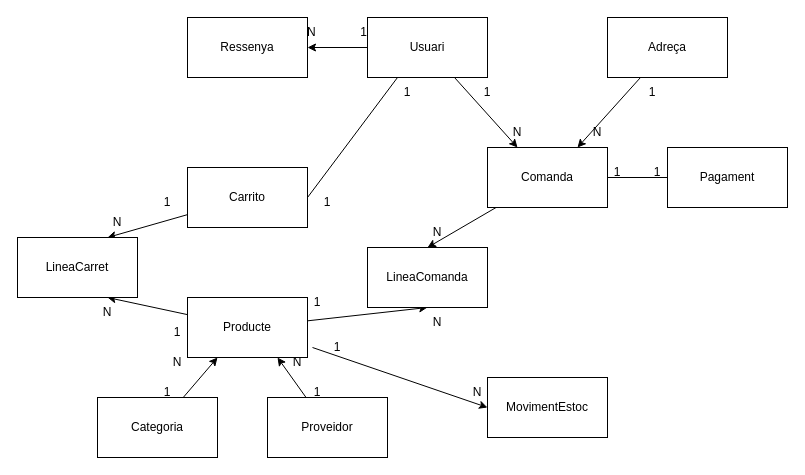
Above: docs/diagrams/diagrama.drawio in crryzz9/backend_kakapos (draw.io), before the change. Source tidied: cells renumbered, new cells numbered last; positions are measured from the earlier drawing's top-left corner, leaving out a move shared by most shapes. Both pictures are drawn from the tidied source at 100%, with x=0, y=0 at pixel (17, 17).
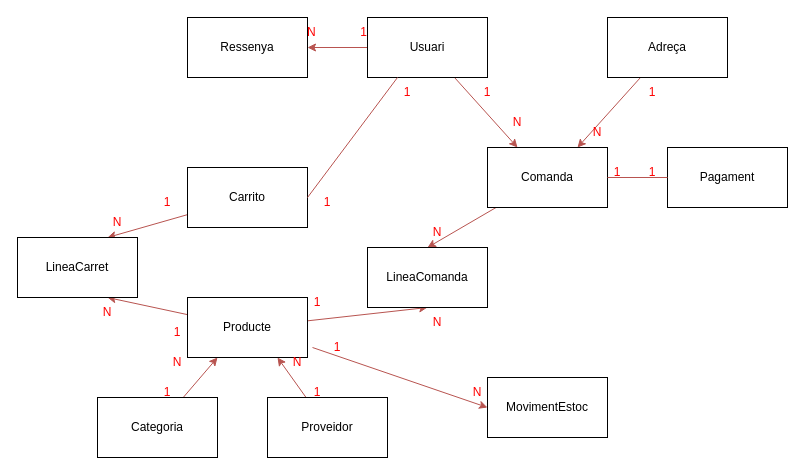
Above is the later version.

Commit message (it also covers changes not shown here):
Actualització dels diagramas, he posat les relacions en vermell per a que es pugui veure en el .png

The change refers to these unchanged cells:
```xml
<mxCell id="4" value="Usuari" style="rounded=0;whiteSpace=wrap;html=1;" parent="1" vertex="1">
  <mxGeometry x="350" width="120" height="60" as="geometry" />
</mxCell>
<mxCell id="6" value="Adreça" style="whiteSpace=wrap;html=1;" parent="1" vertex="1">
  <mxGeometry x="590" width="120" height="60" as="geometry" />
</mxCell>
<mxCell id="8" value="Comanda" style="whiteSpace=wrap;html=1;" parent="1" vertex="1">
  <mxGeometry x="470" y="130" width="120" height="60" as="geometry" />
</mxCell>
<mxCell id="9" value="Pagament" style="whiteSpace=wrap;html=1;" parent="1" vertex="1">
  <mxGeometry x="650" y="130" width="120" height="60" as="geometry" />
</mxCell>
<mxCell id="11" value="Ressenya" style="whiteSpace=wrap;html=1;" parent="1" vertex="1">
  <mxGeometry x="170" width="120" height="60" as="geometry" />
</mxCell>
<mxCell id="13" value="Carrito" style="whiteSpace=wrap;html=1;" parent="1" vertex="1">
  <mxGeometry x="170" y="150" width="120" height="60" as="geometry" />
</mxCell>
<mxCell id="18" value="Producte" style="whiteSpace=wrap;html=1;" parent="1" vertex="1">
  <mxGeometry x="170" y="280" width="120" height="60" as="geometry" />
</mxCell>
<mxCell id="19" value="LineaCarret" style="whiteSpace=wrap;html=1;" parent="1" vertex="1">
  <mxGeometry y="220" width="120" height="60" as="geometry" />
</mxCell>
<mxCell id="21" value="Categoria" style="whiteSpace=wrap;html=1;" parent="1" vertex="1">
  <mxGeometry x="80" y="380" width="120" height="60" as="geometry" />
</mxCell>
<mxCell id="23" value="Proveidor" style="whiteSpace=wrap;html=1;" parent="1" vertex="1">
  <mxGeometry x="250" y="380" width="120" height="60" as="geometry" />
</mxCell>
<mxCell id="24" value="LineaComanda" style="whiteSpace=wrap;html=1;" parent="1" vertex="1">
  <mxGeometry x="350" y="230" width="120" height="60" as="geometry" />
</mxCell>
<mxCell id="25" value="MovimentEstoc" style="whiteSpace=wrap;html=1;" parent="1" vertex="1">
  <mxGeometry x="470" y="360" width="120" height="60" as="geometry" />
</mxCell>
```

What changed in the source:
```diff
@@
-    <mxCell id="2" style="edgeStyle=none;html=1;entryX=0.25;entryY=0;entryDx=0;entryDy=0;" parent="1" edge="1" source="4" target="8">
+    <mxCell id="2" style="edgeStyle=none;html=1;entryX=0.25;entryY=0;entryDx=0;entryDy=0;fillColor=#f8cecc;strokeColor=#b85450;" parent="1" edge="1" source="4" target="8">
       <mxGeometry relative="1" as="geometry" />
     </mxCell>
-    <mxCell id="3" style="edgeStyle=none;html=1;" parent="1" edge="1" source="4" target="11">
+    <mxCell id="3" style="edgeStyle=none;html=1;fillColor=#f8cecc;strokeColor=#b85450;" parent="1" edge="1" source="4" target="11">
       <mxGeometry relative="1" as="geometry" />
     </mxCell>
@@
-    <mxCell id="5" style="edgeStyle=none;html=1;entryX=0.75;entryY=0;entryDx=0;entryDy=0;" parent="1" edge="1" source="6" target="8">
+    <mxCell id="5" style="edgeStyle=none;html=1;entryX=0.75;entryY=0;entryDx=0;entryDy=0;fontColor=#FF0000;fillColor=#f8cecc;strokeColor=#b85450;" parent="1" edge="1" source="6" target="8">
       <mxGeometry relative="1" as="geometry" />
     </mxCell>
@@
-    <mxCell id="7" style="edgeStyle=none;html=1;entryX=0.5;entryY=0;entryDx=0;entryDy=0;" parent="1" edge="1" source="8" target="24">
+    <mxCell id="7" style="edgeStyle=none;html=1;entryX=0.5;entryY=0;entryDx=0;entryDy=0;fillColor=#f8cecc;strokeColor=#b85450;" parent="1" edge="1" source="8" target="24">
       <mxGeometry relative="1" as="geometry" />
     </mxCell>
@@
-    <mxCell id="10" style="endArrow=none;html=1;entryX=0;entryY=0.5;entryDx=0;entryDy=0;exitX=1;exitY=0.5;exitDx=0;exitDy=0;" parent="1" edge="1" source="8" target="9">
+    <mxCell id="10" style="endArrow=none;html=1;entryX=0;entryY=0.5;entryDx=0;entryDy=0;exitX=1;exitY=0.5;exitDx=0;exitDy=0;fillColor=#f8cecc;strokeColor=#b85450;" parent="1" edge="1" source="8" target="9">
       <mxGeometry relative="1" as="geometry" />
     </mxCell>
@@
-    <mxCell id="12" style="edgeStyle=none;html=1;entryX=0.75;entryY=0;entryDx=0;entryDy=0;" parent="1" edge="1" source="13" target="19">
+    <mxCell id="12" style="edgeStyle=none;html=1;entryX=0.75;entryY=0;entryDx=0;entryDy=0;fillColor=#f8cecc;strokeColor=#b85450;" parent="1" edge="1" source="13" target="19">
       <mxGeometry relative="1" as="geometry" />
     </mxCell>
@@
-    <mxCell id="14" style="endArrow=none;html=1;entryX=0.25;entryY=1;entryDx=0;entryDy=0;exitX=1;exitY=0.5;exitDx=0;exitDy=0;" parent="1" edge="1" source="13" target="4">
+    <mxCell id="14" style="endArrow=none;html=1;entryX=0.25;entryY=1;entryDx=0;entryDy=0;exitX=1;exitY=0.5;exitDx=0;exitDy=0;fillColor=#f8cecc;strokeColor=#b85450;" parent="1" edge="1" source="13" target="4">
       <mxGeometry relative="1" as="geometry" />
     </mxCell>
-    <mxCell id="15" style="edgeStyle=none;html=1;entryX=0.75;entryY=1;entryDx=0;entryDy=0;" parent="1" edge="1" source="18" target="19">
+    <mxCell id="15" style="edgeStyle=none;html=1;entryX=0.75;entryY=1;entryDx=0;entryDy=0;fillColor=#f8cecc;strokeColor=#b85450;" parent="1" edge="1" source="18" target="19">
       <mxGeometry relative="1" as="geometry" />
     </mxCell>
-    <mxCell id="16" style="edgeStyle=none;html=1;entryX=0.5;entryY=1;entryDx=0;entryDy=0;" parent="1" edge="1" source="18" target="24">
+    <mxCell id="16" style="edgeStyle=none;html=1;entryX=0.5;entryY=1;entryDx=0;entryDy=0;fillColor=#f8cecc;strokeColor=#b85450;" parent="1" edge="1" source="18" target="24">
       <mxGeometry relative="1" as="geometry" />
     </mxCell>
-    <mxCell id="17" style="edgeStyle=none;html=1;entryX=0;entryY=0.5;entryDx=0;entryDy=0;exitX=0.75;exitY=0;exitDx=0;exitDy=0;" parent="1" edge="1" source="31" target="25">
+    <mxCell id="17" style="edgeStyle=none;html=1;entryX=0;entryY=0.5;entryDx=0;entryDy=0;exitX=0.75;exitY=0;exitDx=0;exitDy=0;fillColor=#f8cecc;strokeColor=#b85450;" parent="1" edge="1" source="31" target="25">
       <mxGeometry relative="1" as="geometry" />
     </mxCell>
@@
-    <mxCell id="20" style="edgeStyle=none;html=1;entryX=0.25;entryY=1;entryDx=0;entryDy=0;" parent="1" edge="1" source="21" target="18">
+    <mxCell id="20" style="edgeStyle=none;html=1;entryX=0.25;entryY=1;entryDx=0;entryDy=0;fillColor=#f8cecc;strokeColor=#b85450;" parent="1" edge="1" source="21" target="18">
       <mxGeometry relative="1" as="geometry" />
     </mxCell>
@@
-    <mxCell id="22" style="edgeStyle=none;html=1;entryX=0.75;entryY=1;entryDx=0;entryDy=0;" parent="1" edge="1" source="23" target="18">
+    <mxCell id="22" style="edgeStyle=none;html=1;entryX=0.75;entryY=1;entryDx=0;entryDy=0;fillColor=#f8cecc;strokeColor=#b85450;" parent="1" edge="1" source="23" target="18">
       <mxGeometry relative="1" as="geometry" />
     </mxCell>
@@
-    <mxCell id="26" value="N&lt;span style=&quot;white-space: pre;&quot;&gt;&#9;&lt;/span&gt;&lt;span style=&quot;white-space: pre;&quot;&gt;&#9;&lt;/span&gt;1" style="text;html=1;whiteSpace=wrap;strokeColor=none;fillColor=none;align=center;verticalAlign=middle;rounded=0;" parent="1" vertex="1">
+    <mxCell id="26" value="N&lt;span style=&quot;white-space: pre;&quot;&gt;&#9;&lt;/span&gt;&lt;span style=&quot;white-space: pre;&quot;&gt;&#9;&lt;/span&gt;1" style="text;html=1;whiteSpace=wrap;align=center;verticalAlign=middle;rounded=0;fontColor=#FF0000;" parent="1" vertex="1">
       <mxGeometry x="290" width="60" height="30" as="geometry" />
     </mxCell>
-    <mxCell id="27" value="N" style="text;html=1;whiteSpace=wrap;strokeColor=none;fillColor=none;align=center;verticalAlign=middle;rounded=0;" parent="1" vertex="1">
-      <mxGeometry x="470" y="100" width="60" height="30" as="geometry" />
+    <mxCell id="27" value="N" style="text;html=1;whiteSpace=wrap;align=center;verticalAlign=middle;rounded=0;fontColor=#FF0000;" parent="1" vertex="1">
+      <mxGeometry x="470" y="90" width="60" height="30" as="geometry" />
     </mxCell>
-    <mxCell id="28" value="N" style="text;html=1;whiteSpace=wrap;strokeColor=none;fillColor=none;align=center;verticalAlign=middle;rounded=0;" parent="1" vertex="1">
+    <mxCell id="28" value="N" style="text;html=1;whiteSpace=wrap;strokeColor=none;fillColor=none;align=center;verticalAlign=middle;rounded=0;fontColor=#FF0000;" parent="1" vertex="1">
       <mxGeometry x="550" y="100" width="60" height="30" as="geometry" />
     </mxCell>
-    <mxCell id="29" value="N" style="text;html=1;whiteSpace=wrap;strokeColor=none;fillColor=none;align=center;verticalAlign=middle;rounded=0;" parent="1" vertex="1">
+    <mxCell id="29" value="N" style="text;html=1;whiteSpace=wrap;strokeColor=none;fillColor=none;align=center;verticalAlign=middle;rounded=0;fontColor=#FF0000;" parent="1" vertex="1">
       <mxGeometry x="390" y="200" width="60" height="30" as="geometry" />
     </mxCell>
-    <mxCell id="30" value="N" style="text;html=1;whiteSpace=wrap;strokeColor=none;fillColor=none;align=center;verticalAlign=middle;rounded=0;" parent="1" vertex="1">
+    <mxCell id="30" value="N" style="text;html=1;whiteSpace=wrap;strokeColor=none;fillColor=none;align=center;verticalAlign=middle;rounded=0;fontColor=#FF0000;" parent="1" vertex="1">
       <mxGeometry x="430" y="360" width="60" height="30" as="geometry" />
     </mxCell>
-    <mxCell id="31" value="N" style="text;html=1;whiteSpace=wrap;strokeColor=none;fillColor=none;align=center;verticalAlign=middle;rounded=0;" parent="1" vertex="1">
+    <mxCell id="31" value="N" style="text;html=1;whiteSpace=wrap;strokeColor=none;fillColor=none;align=center;verticalAlign=middle;rounded=0;fontColor=#FF0000;" parent="1" vertex="1">
       <mxGeometry x="250" y="330" width="60" height="30" as="geometry" />
     </mxCell>
-    <mxCell id="32" value="N" style="text;html=1;whiteSpace=wrap;strokeColor=none;fillColor=none;align=center;verticalAlign=middle;rounded=0;" parent="1" vertex="1">
+    <mxCell id="32" value="N" style="text;html=1;whiteSpace=wrap;strokeColor=none;fillColor=none;align=center;verticalAlign=middle;rounded=0;fontColor=#FF0000;" parent="1" vertex="1">
       <mxGeometry x="130" y="330" width="60" height="30" as="geometry" />
     </mxCell>
-    <mxCell id="33" value="N" style="text;html=1;whiteSpace=wrap;strokeColor=none;fillColor=none;align=center;verticalAlign=middle;rounded=0;" parent="1" vertex="1">
+    <mxCell id="33" value="N" style="text;html=1;whiteSpace=wrap;strokeColor=none;fillColor=none;align=center;verticalAlign=middle;rounded=0;fontColor=#FF0000;" parent="1" vertex="1">
       <mxGeometry x="60" y="280" width="60" height="30" as="geometry" />
     </mxCell>
-    <mxCell id="34" value="N" style="text;html=1;whiteSpace=wrap;strokeColor=none;fillColor=none;align=center;verticalAlign=middle;rounded=0;" parent="1" vertex="1">
+    <mxCell id="34" value="N" style="text;html=1;whiteSpace=wrap;strokeColor=none;fillColor=none;align=center;verticalAlign=middle;rounded=0;fontColor=#FF0000;" parent="1" vertex="1">
       <mxGeometry x="70" y="190" width="60" height="30" as="geometry" />
     </mxCell>
-    <mxCell id="35" value="1" style="text;html=1;whiteSpace=wrap;strokeColor=none;fillColor=none;align=center;verticalAlign=middle;rounded=0;" parent="1" vertex="1">
-      <mxGeometry x="440" y="60" width="60" height="30" as="geometry" />
+    <mxCell id="35" value="1" style="text;html=1;whiteSpace=wrap;align=center;verticalAlign=middle;rounded=0;fontColor=#FF0000;" parent="1" vertex="1">
+      <mxGeometry x="450" y="60" width="40" height="30" as="geometry" />
     </mxCell>
-    <mxCell id="36" value="1" style="text;html=1;whiteSpace=wrap;strokeColor=none;fillColor=none;align=center;verticalAlign=middle;rounded=0;" parent="1" vertex="1">
+    <mxCell id="36" value="1" style="text;html=1;whiteSpace=wrap;align=center;verticalAlign=middle;rounded=0;fontColor=#FF0000;" parent="1" vertex="1">
       <mxGeometry x="360" y="60" width="60" height="30" as="geometry" />
     </mxCell>
-    <mxCell id="37" value="1" style="text;html=1;whiteSpace=wrap;strokeColor=none;fillColor=none;align=center;verticalAlign=middle;rounded=0;" parent="1" vertex="1">
+    <mxCell id="37" value="1" style="text;html=1;whiteSpace=wrap;strokeColor=none;fillColor=none;align=center;verticalAlign=middle;rounded=0;fontColor=#FF0000;" parent="1" vertex="1">
       <mxGeometry x="280" y="170" width="60" height="30" as="geometry" />
     </mxCell>
-    <mxCell id="38" value="1" style="text;html=1;whiteSpace=wrap;strokeColor=none;fillColor=none;align=center;verticalAlign=middle;rounded=0;" parent="1" vertex="1">
+    <mxCell id="38" value="1" style="text;html=1;whiteSpace=wrap;strokeColor=none;fillColor=none;align=center;verticalAlign=middle;rounded=0;fontColor=#FF0000;" parent="1" vertex="1">
       <mxGeometry x="120" y="170" width="60" height="30" as="geometry" />
     </mxCell>
-    <mxCell id="39" value="1" style="text;html=1;whiteSpace=wrap;strokeColor=none;fillColor=none;align=center;verticalAlign=middle;rounded=0;" parent="1" vertex="1">
+    <mxCell id="39" value="1" style="text;html=1;whiteSpace=wrap;strokeColor=none;fillColor=none;align=center;verticalAlign=middle;rounded=0;fontColor=#FF0000;" parent="1" vertex="1">
       <mxGeometry x="130" y="300" width="60" height="30" as="geometry" />
     </mxCell>
-    <mxCell id="40" value="1" style="text;html=1;whiteSpace=wrap;strokeColor=none;fillColor=none;align=center;verticalAlign=middle;rounded=0;" parent="1" vertex="1">
+    <mxCell id="40" value="1" style="text;html=1;whiteSpace=wrap;strokeColor=none;fillColor=none;align=center;verticalAlign=middle;rounded=0;fontColor=#FF0000;" parent="1" vertex="1">
       <mxGeometry x="270" y="270" width="60" height="30" as="geometry" />
     </mxCell>
@@
-    <mxCell id="42" value="1" style="text;html=1;whiteSpace=wrap;strokeColor=none;fillColor=none;align=center;verticalAlign=middle;rounded=0;" parent="1" vertex="1">
+    <mxCell id="42" value="1" style="text;html=1;whiteSpace=wrap;strokeColor=none;fillColor=none;align=center;verticalAlign=middle;rounded=0;fontColor=#FF0000;" parent="1" vertex="1">
       <mxGeometry x="270" y="360" width="60" height="30" as="geometry" />
     </mxCell>
-    <mxCell id="43" value="1" style="text;html=1;whiteSpace=wrap;strokeColor=none;fillColor=none;align=center;verticalAlign=middle;rounded=0;" parent="1" vertex="1">
+    <mxCell id="43" value="1" style="text;html=1;whiteSpace=wrap;strokeColor=none;fillColor=none;align=center;verticalAlign=middle;rounded=0;fontColor=#FF0000;" parent="1" vertex="1">
       <mxGeometry x="120" y="360" width="60" height="30" as="geometry" />
     </mxCell>
-    <mxCell id="44" value="1" style="text;html=1;whiteSpace=wrap;strokeColor=none;fillColor=none;align=center;verticalAlign=middle;rounded=0;" parent="1" vertex="1">
+    <mxCell id="44" value="1" style="text;html=1;whiteSpace=wrap;strokeColor=none;fillColor=none;align=center;verticalAlign=middle;rounded=0;fontColor=#FF0000;" parent="1" vertex="1">
       <mxGeometry x="605" y="60" width="60" height="30" as="geometry" />
     </mxCell>
-    <mxCell id="45" value="1" style="text;html=1;whiteSpace=wrap;strokeColor=none;fillColor=none;align=center;verticalAlign=middle;rounded=0;" parent="1" vertex="1">
+    <mxCell id="45" value="1" style="text;html=1;whiteSpace=wrap;strokeColor=none;fillColor=none;align=center;verticalAlign=middle;rounded=0;fontColor=#FF0000;" parent="1" vertex="1">
       <mxGeometry x="570" y="140" width="60" height="30" as="geometry" />
     </mxCell>
-    <mxCell id="46" value="1" style="text;html=1;whiteSpace=wrap;strokeColor=none;fillColor=none;align=center;verticalAlign=middle;rounded=0;" parent="1" vertex="1">
-      <mxGeometry x="610" y="140" width="60" height="30" as="geometry" />
+    <mxCell id="46" value="1" style="text;html=1;whiteSpace=wrap;strokeColor=none;fillColor=none;align=center;verticalAlign=middle;rounded=0;fontColor=#FF0000;" parent="1" vertex="1">
+      <mxGeometry x="605" y="140" width="60" height="30" as="geometry" />
     </mxCell>
-    <mxCell id="47" value="1" style="text;html=1;whiteSpace=wrap;strokeColor=none;fillColor=none;align=center;verticalAlign=middle;rounded=0;" parent="1" vertex="1">
+    <mxCell id="47" value="1" style="text;html=1;whiteSpace=wrap;strokeColor=none;fillColor=none;align=center;verticalAlign=middle;rounded=0;fontColor=#FF0000;" parent="1" vertex="1">
       <mxGeometry x="290" y="315" width="60" height="30" as="geometry" />
     </mxCell>
-    <mxCell id="48" value="N" style="text;html=1;whiteSpace=wrap;strokeColor=none;fillColor=none;align=center;verticalAlign=middle;rounded=0;" parent="1" vertex="1">
+    <mxCell id="48" value="N" style="text;html=1;whiteSpace=wrap;strokeColor=none;fillColor=none;align=center;verticalAlign=middle;rounded=0;fontColor=#FF0000;" parent="1" vertex="1">
       <mxGeometry x="390" y="290" width="60" height="30" as="geometry" />
     </mxCell>
```
